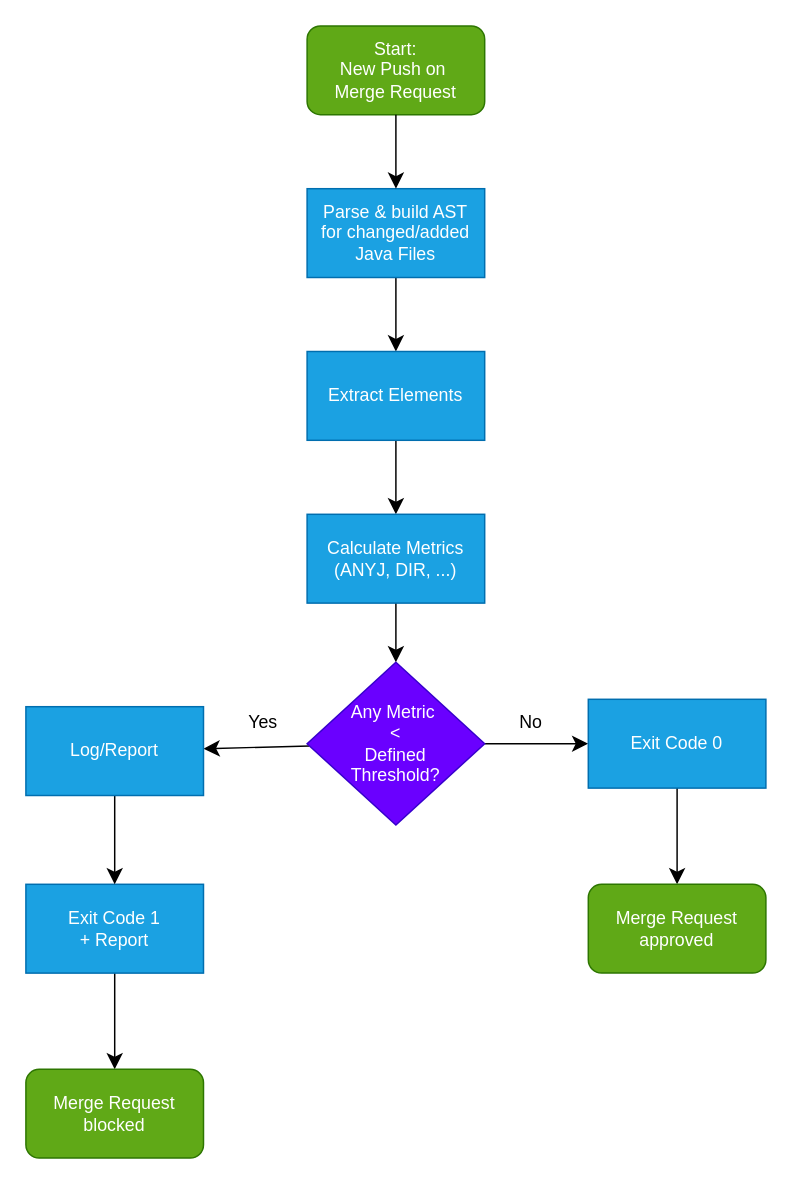
This is Flussdiagram.drawio from silvio201/pat-prototype, a draw.io file, before an edit. Source tidied: cells renumbered, new cells numbered last; positions are measured from the earlier drawing's top-left corner, leaving out a move shared by most shapes. Both pictures are drawn from the tidied source at 148%, with x=0, y=0 at pixel (25, 25).
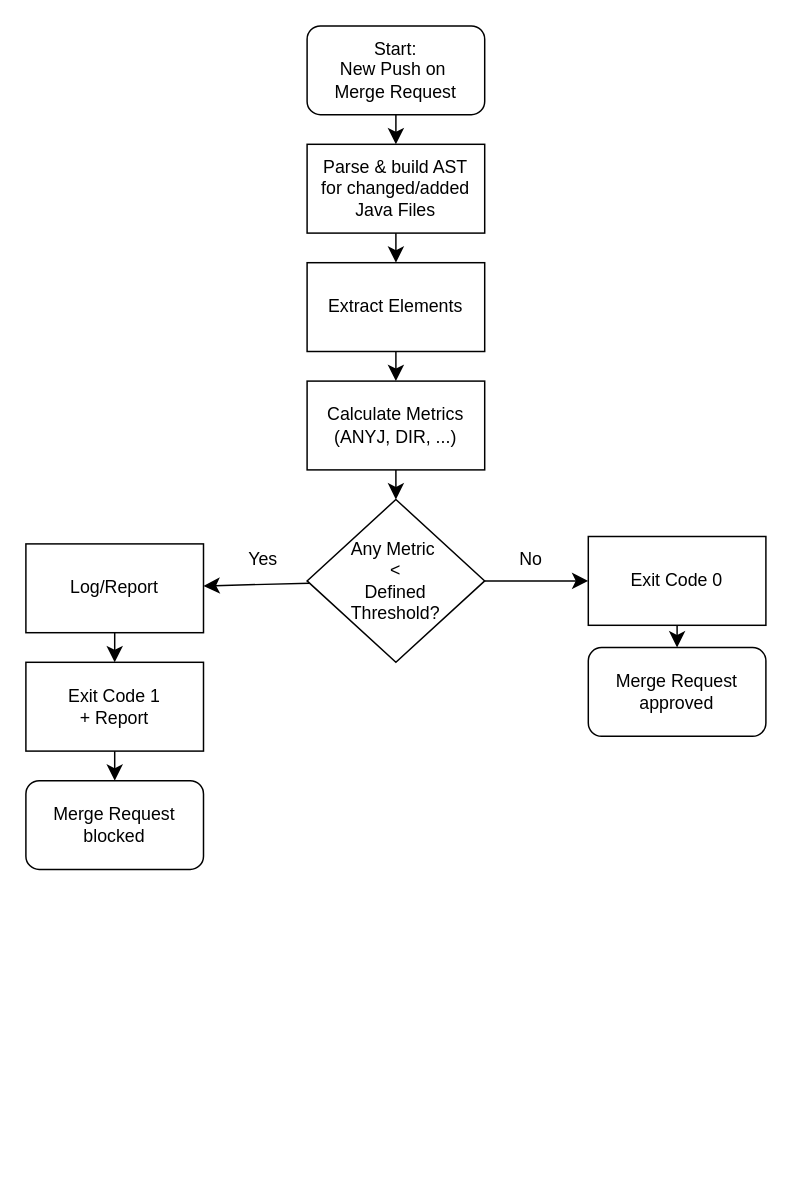
Above is the later version.

What changed in the source:
```diff
@@
-    <mxCell id="2" value="&lt;div&gt;Start:&lt;br&gt;New Push on&amp;nbsp;&lt;br&gt;Merge Request&lt;/div&gt;" style="rounded=1;whiteSpace=wrap;html=1;fillColor=#60a917;fontColor=#ffffff;strokeColor=#2D7600;" parent="1" vertex="1">
+    <mxCell id="2" value="&lt;div&gt;Start:&lt;br&gt;New Push on&amp;nbsp;&lt;br&gt;Merge Request&lt;/div&gt;" style="rounded=1;whiteSpace=wrap;html=1;" parent="1" vertex="1">
       <mxGeometry x="190" width="120" height="60" as="geometry" />
     </mxCell>
-    <mxCell id="3" style="edgeStyle=none;curved=1;rounded=0;jettySize=auto;html=1;fontSize=12;startSize=8;endSize=8;" parent="1" edge="1" source="4" target="6">
-      <mxGeometry relative="1" as="geometry" />
+    <mxCell id="3" style="edgeStyle=none;curved=1;rounded=0;jettySize=auto;html=1;fontSize=12;startSize=8;endSize=8;" parent="1" edge="1" target="6">
+      <mxGeometry relative="1" as="geometry">
+        <mxPoint x="250" y="140" as="sourcePoint" />
+      </mxGeometry>
     </mxCell>
-    <mxCell id="4" value="Parse &amp;amp; build AST&lt;br&gt;for changed/added Java Files" style="rounded=0;whiteSpace=wrap;html=1;fillColor=#1ba1e2;fontColor=#ffffff;strokeColor=#006EAF;" parent="1" vertex="1">
-      <mxGeometry x="190" y="110" width="120" height="60" as="geometry" />
+    <mxCell id="4" value="Parse &amp;amp; build AST&lt;br&gt;for changed/added Java Files" style="rounded=0;whiteSpace=wrap;html=1;" parent="1" vertex="1">
+      <mxGeometry x="190" y="80" width="120" height="60" as="geometry" />
     </mxCell>
@@
-    <mxCell id="6" value="Extract Elements" style="rounded=0;whiteSpace=wrap;html=1;fillColor=#1ba1e2;fontColor=#ffffff;strokeColor=#006EAF;" parent="1" vertex="1">
-      <mxGeometry x="190" y="220" width="120" height="60" as="geometry" />
+    <mxCell id="6" value="Extract Elements" style="rounded=0;whiteSpace=wrap;html=1;" parent="1" vertex="1">
+      <mxGeometry x="190" y="160" width="120" height="60" as="geometry" />
     </mxCell>
@@
-    <mxCell id="8" value="Calculate Metrics&lt;br&gt;(ANYJ, DIR, ...)" style="rounded=0;whiteSpace=wrap;html=1;fillColor=#1ba1e2;fontColor=#ffffff;strokeColor=#006EAF;" parent="1" vertex="1">
-      <mxGeometry x="190" y="330" width="120" height="60" as="geometry" />
+    <mxCell id="8" value="Calculate Metrics&lt;br&gt;(ANYJ, DIR, ...)" style="rounded=0;whiteSpace=wrap;html=1;" parent="1" vertex="1">
+      <mxGeometry x="190" y="240" width="120" height="60" as="geometry" />
     </mxCell>
@@
-    <mxCell id="13" value="Any Metric&amp;nbsp;&lt;br&gt;&amp;lt;&lt;br&gt;Defined&lt;br&gt;Threshold?" style="rhombus;whiteSpace=wrap;html=1;fillColor=#6a00ff;fontColor=#ffffff;strokeColor=#3700CC;" parent="1" vertex="1">
-      <mxGeometry x="190" y="430" width="120" height="110" as="geometry" />
+    <mxCell id="13" value="Any Metric&amp;nbsp;&lt;br&gt;&amp;lt;&lt;br&gt;Defined&lt;br&gt;Threshold?" style="rhombus;whiteSpace=wrap;html=1;" parent="1" vertex="1">
+      <mxGeometry x="190" y="320" width="120" height="110" as="geometry" />
     </mxCell>
@@
-    <mxCell id="15" value="Exit Code 1&lt;br&gt;+ Report" style="rounded=0;whiteSpace=wrap;html=1;fillColor=#1ba1e2;fontColor=#ffffff;strokeColor=#006EAF;" parent="1" vertex="1">
-      <mxGeometry y="580" width="120" height="60" as="geometry" />
+    <mxCell id="15" value="Exit Code 1&lt;br&gt;+ Report" style="rounded=0;whiteSpace=wrap;html=1;" parent="1" vertex="1">
+      <mxGeometry y="430" width="120" height="60" as="geometry" />
     </mxCell>
@@
-    <mxCell id="17" value="Exit Code 0" style="rounded=0;whiteSpace=wrap;html=1;fillColor=#1ba1e2;fontColor=#ffffff;strokeColor=#006EAF;" parent="1" vertex="1">
-      <mxGeometry x="380" y="455" width="120" height="60" as="geometry" />
+    <mxCell id="17" value="Exit Code 0" style="rounded=0;whiteSpace=wrap;html=1;" parent="1" vertex="1">
+      <mxGeometry x="380" y="345" width="120" height="60" as="geometry" />
     </mxCell>
-    <mxCell id="18" value="Merge Request blocked" style="rounded=1;whiteSpace=wrap;html=1;fillColor=#60a917;fontColor=#ffffff;strokeColor=#2D7600;" parent="1" vertex="1">
-      <mxGeometry y="705" width="120" height="60" as="geometry" />
+    <mxCell id="18" value="Merge Request blocked" style="rounded=1;whiteSpace=wrap;html=1;" parent="1" vertex="1">
+      <mxGeometry y="510" width="120" height="60" as="geometry" />
     </mxCell>
-    <mxCell id="19" value="Merge Request approved" style="rounded=1;whiteSpace=wrap;html=1;fillColor=#60a917;fontColor=#ffffff;strokeColor=#2D7600;" parent="1" vertex="1">
-      <mxGeometry x="380" y="580" width="120" height="60" as="geometry" />
+    <mxCell id="19" value="Merge Request approved" style="rounded=1;whiteSpace=wrap;html=1;" parent="1" vertex="1">
+      <mxGeometry x="380" y="420" width="120" height="60" as="geometry" />
     </mxCell>
@@
-    <mxCell id="22" value="Log/Report" style="rounded=0;whiteSpace=wrap;html=1;fillColor=#1ba1e2;fontColor=#ffffff;strokeColor=#006EAF;" parent="1" vertex="1">
-      <mxGeometry y="460" width="120" height="60" as="geometry" />
+    <mxCell id="22" value="Log/Report" style="rounded=0;whiteSpace=wrap;html=1;" parent="1" vertex="1">
+      <mxGeometry y="350" width="120" height="60" as="geometry" />
     </mxCell>
```
